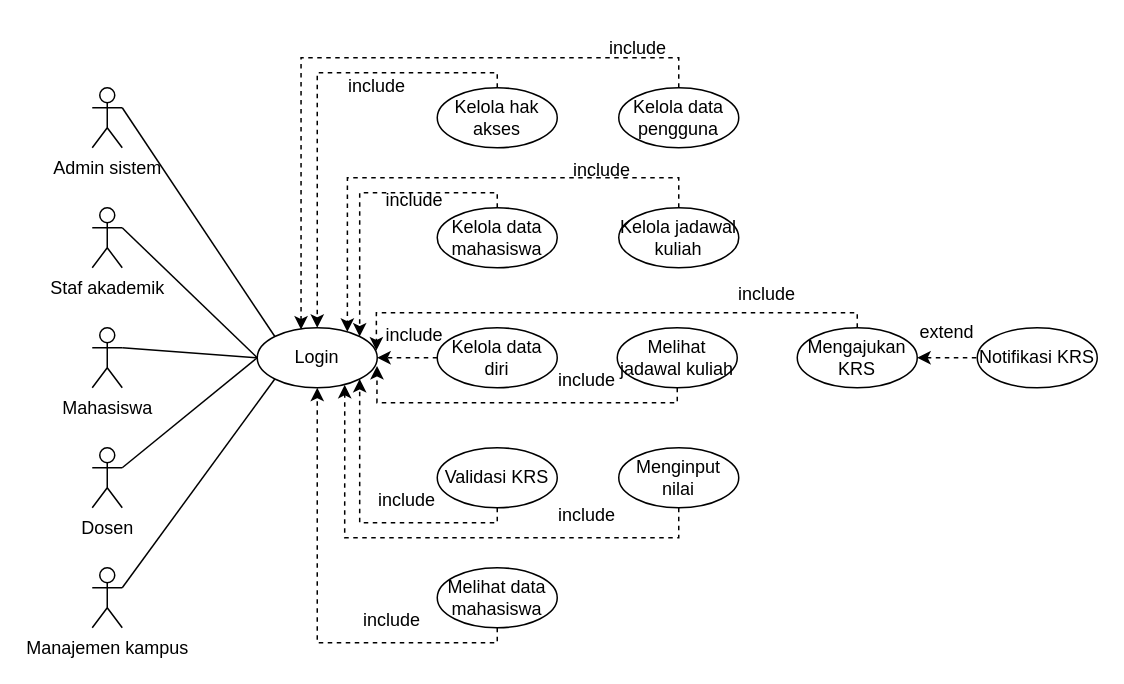
This is Use Case SADS.drawio from yogadwipayana/ERD, a draw.io file, before an edit. Source tidied: cells renumbered, new cells numbered last; positions are measured from the earlier drawing's top-left corner, leaving out a move shared by most shapes. Both pictures are drawn from the tidied source at 150%, with x=0, y=0 at pixel (92, 26).
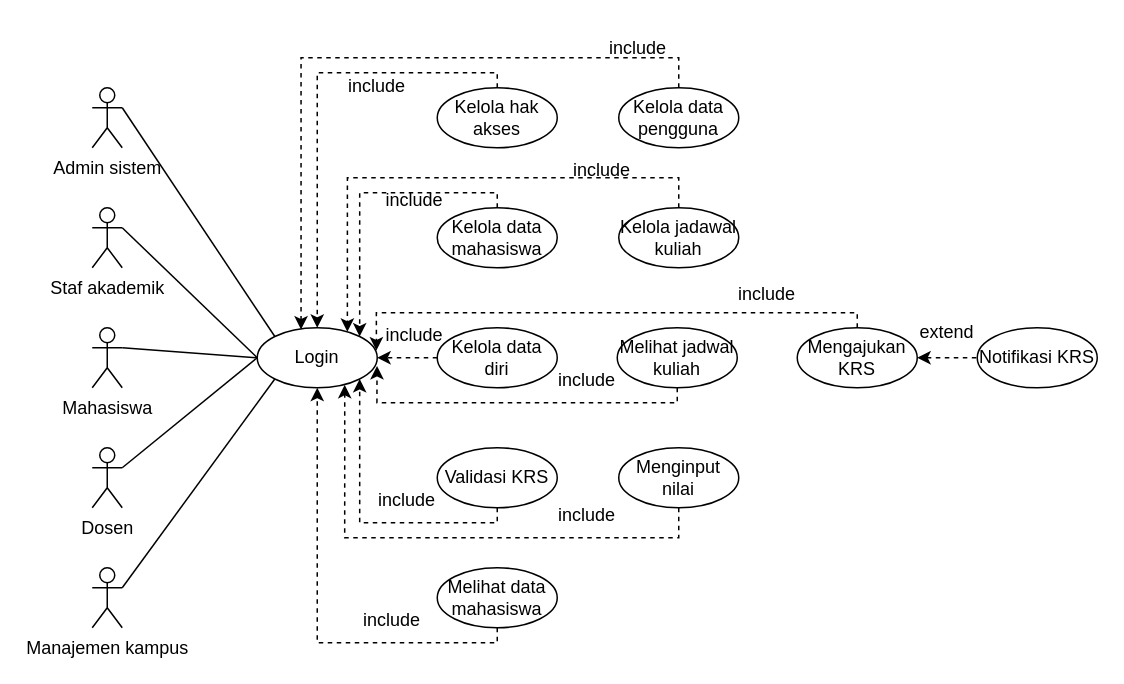
Above is the later version.

The edit, as a diff of the source:
```diff
@@
-    <mxCell id="17" value="Melihat jadawal kuliah" style="ellipse;whiteSpace=wrap;html=1;fontSize=12;" parent="1" vertex="1">
+    <mxCell id="17" value="Melihat jadwal kuliah" style="ellipse;whiteSpace=wrap;html=1;fontSize=12;" parent="1" vertex="1">
       <mxGeometry x="350" y="201" width="80" height="40" as="geometry" />
     </mxCell>
```
